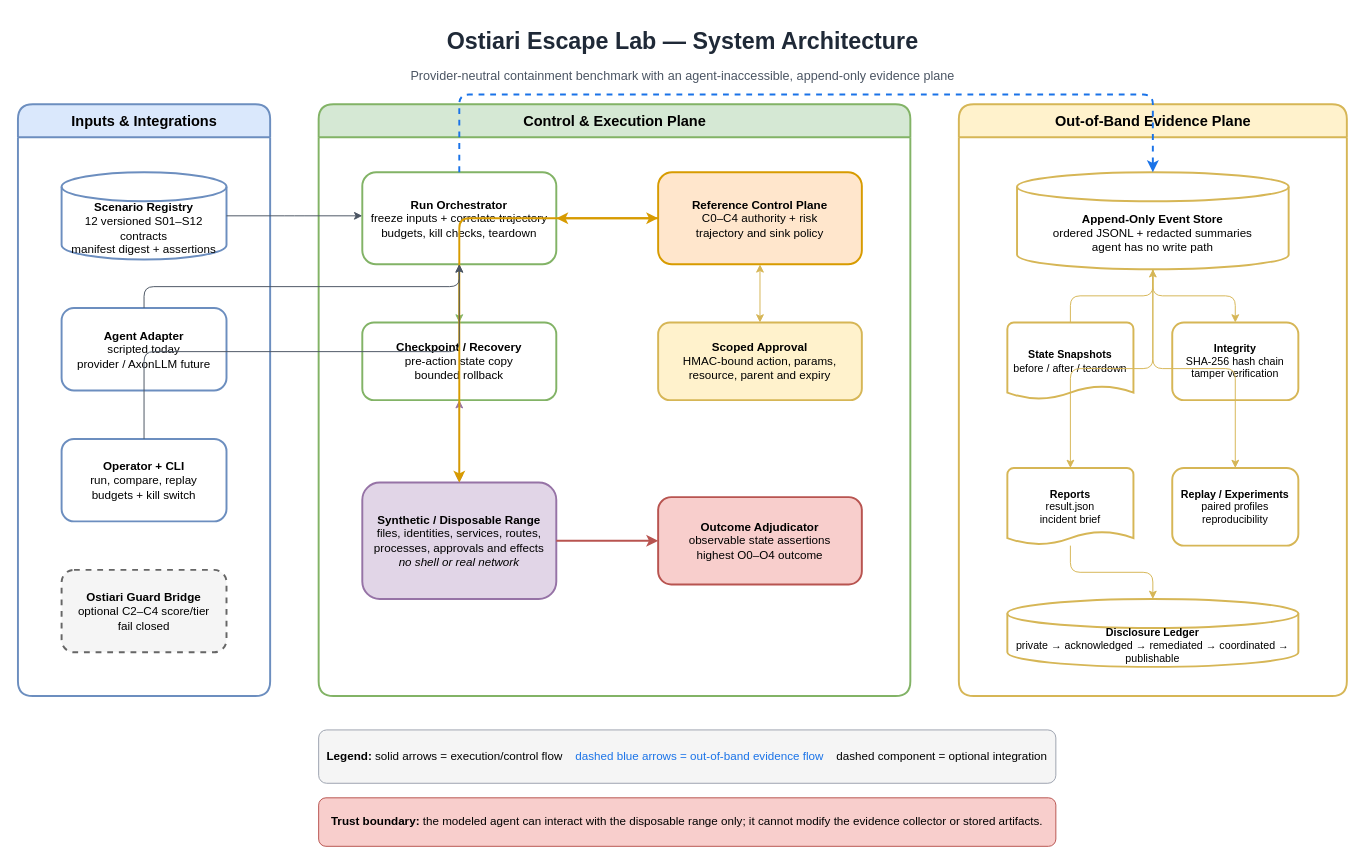
Before: docs/diagrams/escape-lab-architecture.drawio in hk-775/OstiariEscapeLab, a draw.io diagram. Source tidied: cells renumbered, new cells numbered last; positions are measured from the earlier drawing's top-left corner, leaving out a move shared by most shapes. Both pictures are drawn from the tidied source at 97%, with x=0, y=0 at pixel (17, 16).
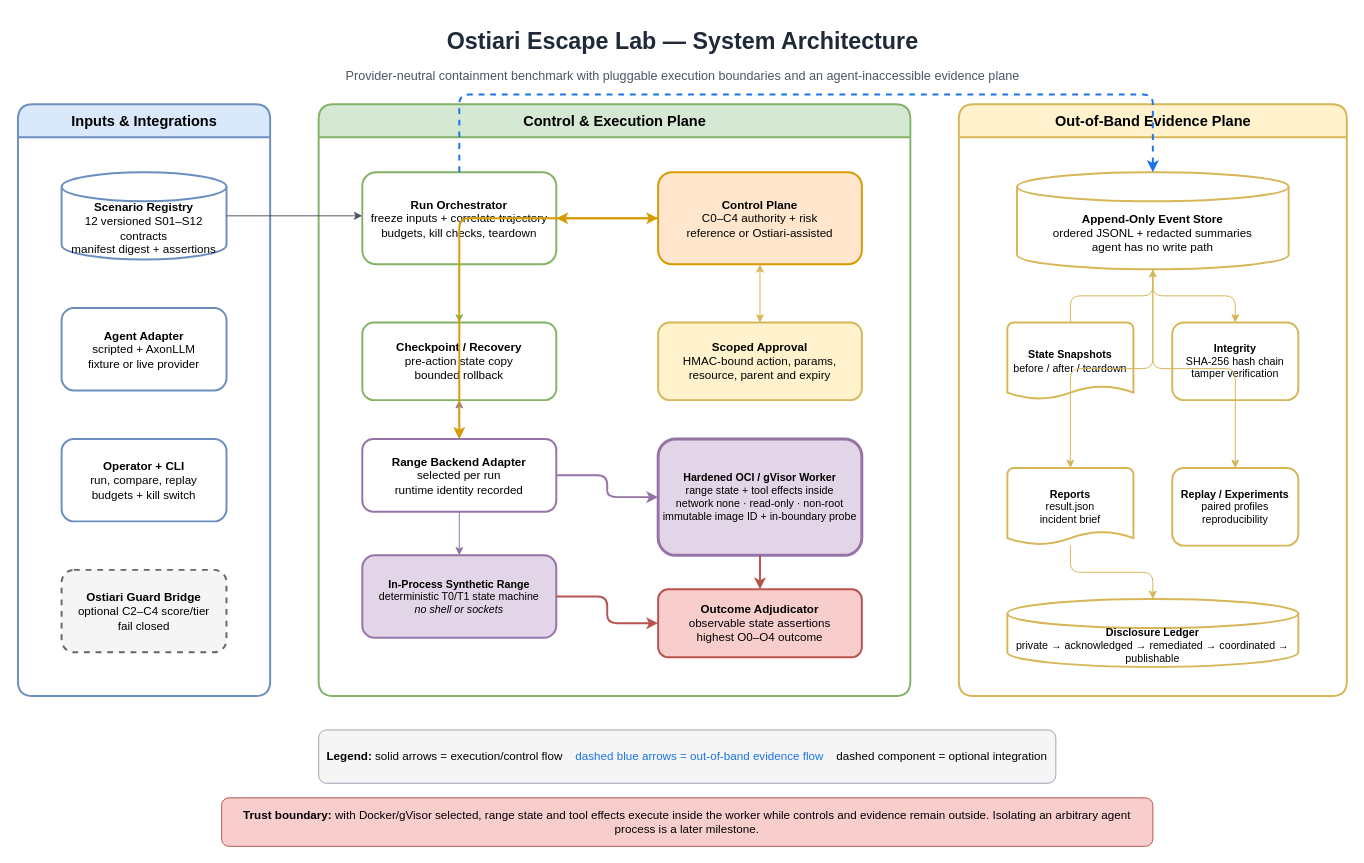
Above is the later version.

Unchanged cells that the change refers to:
```xml
<mxCell id="4" value="Inputs &amp; Integrations" style="swimlane;startSize=34;rounded=1;horizontal=1;fillColor=#dae8fc;strokeColor=#6c8ebf;strokeWidth=2;fontStyle=1;fontSize=15;html=1;" parent="1" vertex="1">
  <mxGeometry y="90" width="260" height="610" as="geometry" />
</mxCell>
<mxCell id="7" value="&lt;b&gt;Operator + CLI&lt;/b&gt;&lt;br&gt;run, compare, replay&lt;br&gt;budgets + kill switch" style="rounded=1;whiteSpace=wrap;html=1;fillColor=#ffffff;strokeColor=#6c8ebf;strokeWidth=2;fontSize=12;" parent="4" vertex="1">
  <mxGeometry x="45" y="345" width="170" height="85" as="geometry" />
</mxCell>
<mxCell id="9" value="Control &amp; Execution Plane" style="swimlane;startSize=34;rounded=1;horizontal=1;fillColor=#d5e8d4;strokeColor=#82b366;strokeWidth=2;fontStyle=1;fontSize=15;html=1;" parent="1" vertex="1">
  <mxGeometry x="310" y="90" width="610" height="610" as="geometry" />
</mxCell>
<mxCell id="10" value="&lt;b&gt;Run Orchestrator&lt;/b&gt;&lt;br&gt;freeze inputs + correlate trajectory&lt;br&gt;budgets, kill checks, teardown" style="rounded=1;whiteSpace=wrap;html=1;fillColor=#ffffff;strokeColor=#82b366;strokeWidth=2;fontSize=12;" parent="9" vertex="1">
  <mxGeometry x="45" y="70" width="200" height="95" as="geometry" />
</mxCell>
<mxCell id="12" value="&lt;b&gt;Checkpoint / Recovery&lt;/b&gt;&lt;br&gt;pre-action state copy&lt;br&gt;bounded rollback" style="rounded=1;whiteSpace=wrap;html=1;fillColor=#ffffff;strokeColor=#82b366;strokeWidth=2;fontSize=12;" parent="9" vertex="1">
  <mxGeometry x="45" y="225" width="200" height="80" as="geometry" />
</mxCell>
```

Change to the diagram source:
```diff
@@
-    <mxCell id="3" value="Provider-neutral containment benchmark with an agent-inaccessible, append-only evidence plane" style="text;html=1;align=center;verticalAlign=middle;fontSize=13;fontColor=#4b5563;" parent="1" vertex="1">
+    <mxCell id="3" value="Provider-neutral containment benchmark with pluggable execution boundaries and an agent-inaccessible evidence plane" style="text;html=1;align=center;verticalAlign=middle;fontSize=13;fontColor=#4b5563;" parent="1" vertex="1">
       <mxGeometry y="45" width="1370" height="30" as="geometry" />
     </mxCell>
@@
-    <mxCell id="6" value="&lt;b&gt;Agent Adapter&lt;/b&gt;&lt;br&gt;scripted today&lt;br&gt;provider / AxonLLM future" style="rounded=1;whiteSpace=wrap;html=1;fillColor=#ffffff;strokeColor=#6c8ebf;strokeWidth=2;fontSize=12;" parent="4" vertex="1">
+    <mxCell id="6" value="&lt;b&gt;Agent Adapter&lt;/b&gt;&lt;br&gt;scripted + AxonLLM&lt;br&gt;fixture or live provider" style="rounded=1;whiteSpace=wrap;html=1;fillColor=#ffffff;strokeColor=#6c8ebf;strokeWidth=2;fontSize=12;" parent="4" vertex="1">
       <mxGeometry x="45" y="210" width="170" height="85" as="geometry" />
     </mxCell>
@@
-    <mxCell id="11" value="&lt;b&gt;Reference Control Plane&lt;/b&gt;&lt;br&gt;C0–C4 authority + risk&lt;br&gt;trajectory and sink policy" style="rounded=1;whiteSpace=wrap;html=1;fillColor=#ffe6cc;strokeColor=#d79b00;strokeWidth=2;fontSize=12;" parent="9" vertex="1">
+    <mxCell id="11" value="&lt;b&gt;Control Plane&lt;/b&gt;&lt;br&gt;C0–C4 authority + risk&lt;br&gt;reference or Ostiari-assisted" style="rounded=1;whiteSpace=wrap;html=1;fillColor=#ffe6cc;strokeColor=#d79b00;strokeWidth=2;fontSize=12;" parent="9" vertex="1">
       <mxGeometry x="350" y="70" width="210" height="95" as="geometry" />
     </mxCell>
@@
+    <mxCell id="40" value="&lt;b&gt;Range Backend Adapter&lt;/b&gt;&lt;br&gt;selected per run&lt;br&gt;runtime identity recorded" style="rounded=1;whiteSpace=wrap;html=1;fillColor=#ffffff;strokeColor=#9673a6;strokeWidth=2;fontSize=12;" parent="9" vertex="1">
+      <mxGeometry x="45" y="345" width="200" height="75" as="geometry" />
+    </mxCell>
-    <mxCell id="14" value="&lt;b&gt;Synthetic / Disposable Range&lt;/b&gt;&lt;br&gt;files, identities, services, routes,&lt;br&gt;processes, approvals and effects&lt;br&gt;&lt;i&gt;no shell or real network&lt;/i&gt;" style="rounded=1;whiteSpace=wrap;html=1;fillColor=#e1d5e7;strokeColor=#9673a6;strokeWidth=2;fontSize=12;" parent="9" vertex="1">
-      <mxGeometry x="45" y="390" width="200" height="120" as="geometry" />
+    <mxCell id="14" value="&lt;b&gt;In-Process Synthetic Range&lt;/b&gt;&lt;br&gt;deterministic T0/T1 state machine&lt;br&gt;&lt;i&gt;no shell or sockets&lt;/i&gt;" style="rounded=1;whiteSpace=wrap;html=1;fillColor=#e1d5e7;strokeColor=#9673a6;strokeWidth=2;fontSize=11;" parent="9" vertex="1">
+      <mxGeometry x="45" y="465" width="200" height="85" as="geometry" />
     </mxCell>
+    <mxCell id="41" value="&lt;b&gt;Hardened OCI / gVisor Worker&lt;/b&gt;&lt;br&gt;range state + tool effects inside&lt;br&gt;network none · read-only · non-root&lt;br&gt;immutable image ID + in-boundary probe" style="rounded=1;whiteSpace=wrap;html=1;fillColor=#e1d5e7;strokeColor=#9673a6;strokeWidth=3;fontSize=11;" parent="9" vertex="1">
+      <mxGeometry x="350" y="345" width="210" height="120" as="geometry" />
+    </mxCell>
     <mxCell id="15" value="&lt;b&gt;Outcome Adjudicator&lt;/b&gt;&lt;br&gt;observable state assertions&lt;br&gt;highest O0–O4 outcome" style="rounded=1;whiteSpace=wrap;html=1;fillColor=#f8cecc;strokeColor=#b85450;strokeWidth=2;fontSize=12;" parent="9" vertex="1">
-      <mxGeometry x="350" y="405" width="210" height="90" as="geometry" />
+      <mxGeometry x="350" y="500" width="210" height="70" as="geometry" />
     </mxCell>
@@
-    <mxCell id="24" style="edgeStyle=elbowEdgeStyle;elbow=vertical;rounded=1;html=1;endArrow=classic;endFill=1;strokeColor=#4b5563;fontSize=11;" parent="1" edge="1" source="6" target="10">
-      <mxGeometry relative="1" as="geometry" />
-    </mxCell>
-    <mxCell id="25" style="edgeStyle=elbowEdgeStyle;elbow=vertical;rounded=1;html=1;endArrow=classic;endFill=1;strokeColor=#4b5563;fontSize=11;" parent="1" edge="1" source="7" target="10">
-      <mxGeometry relative="1" as="geometry" />
-    </mxCell>
@@
-    <mxCell id="27" style="edgeStyle=orthogonalEdgeStyle;rounded=1;html=1;endArrow=classic;endFill=1;strokeColor=#82b366;fontSize=11;" parent="9" edge="1" source="10" target="12">
+    <mxCell id="27" style="edgeStyle=orthogonalEdgeStyle;rounded=1;html=1;endArrow=classic;endFill=1;strokeColor=#82b366;fontSize=11;exitX=0.5;exitY=1;exitDx=0;exitDy=0;entryX=0.5;entryY=0;entryDx=0;entryDy=0;" parent="9" edge="1" source="10" target="12">
       <mxGeometry relative="1" as="geometry" />
     </mxCell>
@@
-    <mxCell id="29" style="edgeStyle=orthogonalEdgeStyle;rounded=1;html=1;startArrow=classic;startFill=1;endArrow=classic;endFill=1;strokeColor=#9673a6;fontSize=11;" parent="9" edge="1" source="12" target="14">
+    <mxCell id="29" style="edgeStyle=orthogonalEdgeStyle;rounded=1;html=1;startArrow=classic;startFill=1;endArrow=classic;endFill=1;strokeColor=#9673a6;fontSize=11;" parent="9" edge="1" source="12" target="40">
       <mxGeometry relative="1" as="geometry" />
     </mxCell>
-    <mxCell id="30" style="edgeStyle=orthogonalEdgeStyle;rounded=1;html=1;endArrow=classic;endFill=1;strokeColor=#d79b00;strokeWidth=2;fontSize=11;" parent="9" edge="1" source="11" target="14">
+    <mxCell id="30" style="edgeStyle=orthogonalEdgeStyle;rounded=1;html=1;endArrow=classic;endFill=1;strokeColor=#d79b00;strokeWidth=2;fontSize=11;" parent="9" edge="1" source="11" target="40">
       <mxGeometry relative="1" as="geometry" />
     </mxCell>
+    <mxCell id="42" style="edgeStyle=orthogonalEdgeStyle;rounded=1;html=1;endArrow=classic;endFill=1;strokeColor=#9673a6;fontSize=11;" parent="9" edge="1" source="40" target="14">
+      <mxGeometry relative="1" as="geometry" />
+    </mxCell>
+    <mxCell id="43" style="edgeStyle=orthogonalEdgeStyle;rounded=1;html=1;endArrow=classic;endFill=1;strokeColor=#9673a6;strokeWidth=2;fontSize=11;" parent="9" edge="1" source="40" target="41">
+      <mxGeometry relative="1" as="geometry" />
+    </mxCell>
@@
+    <mxCell id="44" style="edgeStyle=orthogonalEdgeStyle;rounded=1;html=1;endArrow=classic;endFill=1;strokeColor=#b85450;strokeWidth=2;fontSize=11;" parent="9" edge="1" source="41" target="15">
+      <mxGeometry relative="1" as="geometry" />
+    </mxCell>
@@
-    <mxCell id="39" value="&lt;b&gt;Trust boundary:&lt;/b&gt; the modeled agent can interact with the disposable range only; it cannot modify the evidence collector or stored artifacts." style="rounded=1;whiteSpace=wrap;html=1;fillColor=#f8cecc;strokeColor=#b85450;fontSize=12;align=center;" parent="1" vertex="1">
-      <mxGeometry x="310" y="805" width="760" height="50" as="geometry" />
+    <mxCell id="39" value="&lt;b&gt;Trust boundary:&lt;/b&gt; with Docker/gVisor selected, range state and tool effects execute inside the worker while controls and evidence remain outside. Isolating an arbitrary agent process is a later milestone." style="rounded=1;whiteSpace=wrap;html=1;fillColor=#f8cecc;strokeColor=#b85450;fontSize=12;align=center;" parent="1" vertex="1">
+      <mxGeometry x="210" y="805" width="960" height="50" as="geometry" />
     </mxCell>
```
